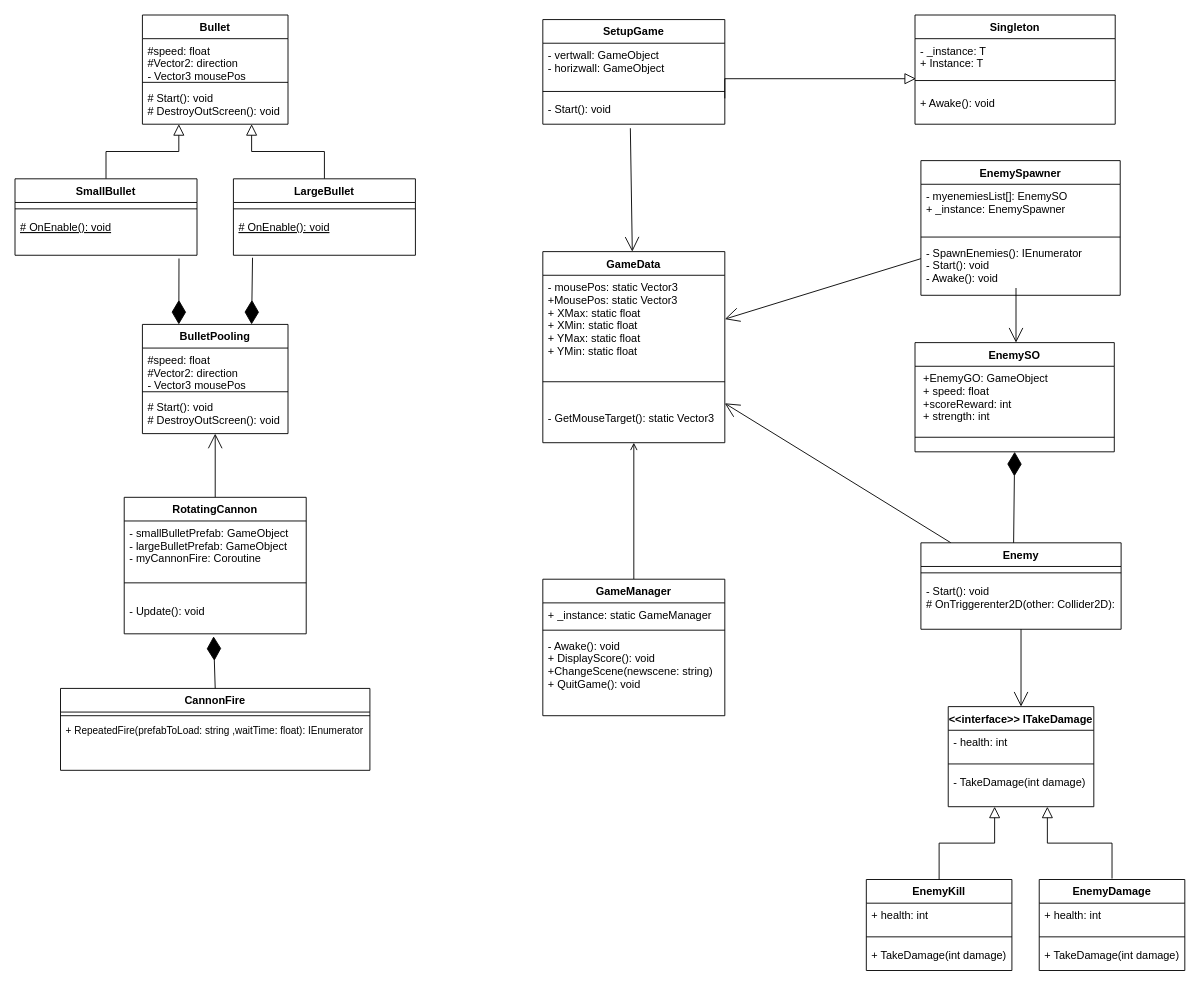
Above: SuperCannon_Class_Diagram.drawio in daren-scerri/OOPMM-61B-22-23 (draw.io), before the change. Source tidied: cells renumbered, new cells numbered last; positions are measured from the earlier drawing's top-left corner, leaving out a move shared by most shapes. Both pictures are drawn from the tidied source at 91%, with x=0, y=0 at pixel (15, 15).
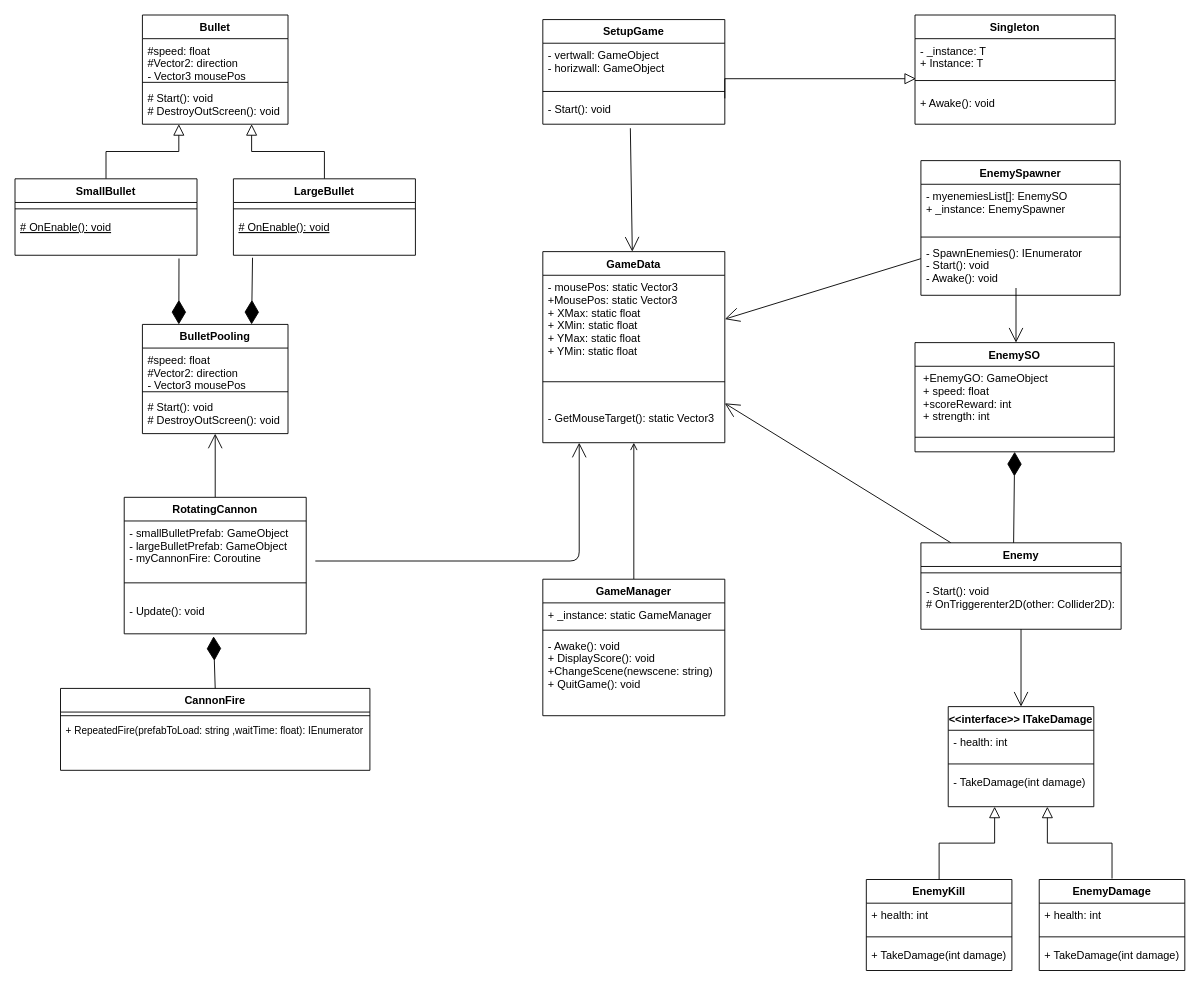
Above is the later version.

Commit message (it also covers changes not shown here):
Class diagram solution

What changed in the source:
```diff
@@
+    <mxCell id="77" style="endArrow=open;endFill=0;endSize=14;html=1;" parent="1" edge="1">
+      <mxGeometry relative="1" as="geometry">
+        <mxPoint x="330" y="600" as="sourcePoint" />
+        <mxPoint x="620" y="470" as="targetPoint" />
+        <Array as="points">
+          <mxPoint x="620" y="600" />
+        </Array>
+      </mxGeometry>
+    </mxCell>
```
